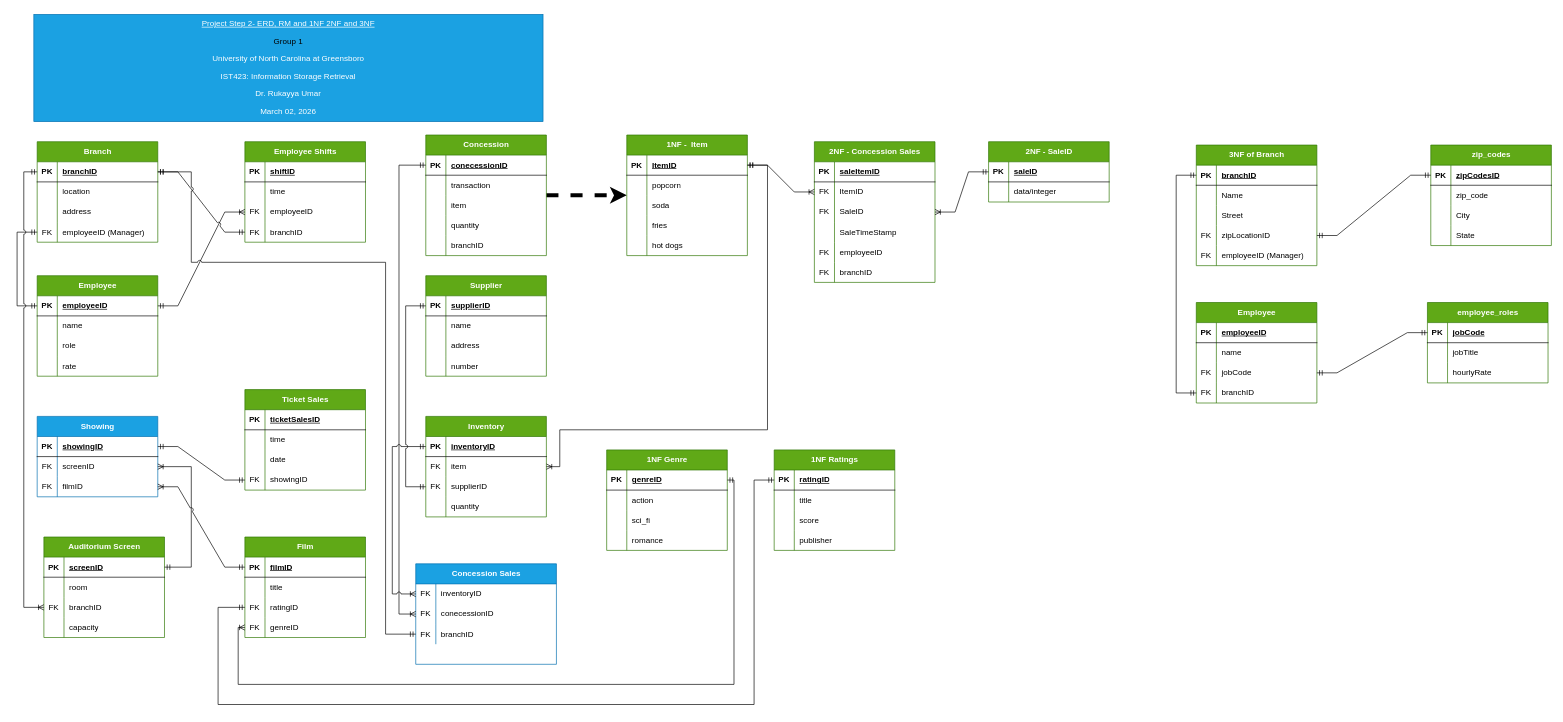
This is page "3NF" (5 of 5) of Group-Topic-Movie_Theater.drawio from bmontessua/general, a draw.io file, before an edit. Source tidied: cells renumbered, new cells numbered last; positions are measured from the earlier drawing's top-left corner, leaving out a move shared by most shapes. Both pictures are drawn from the tidied source at 67%, with x=0, y=0 at pixel (17, 14).
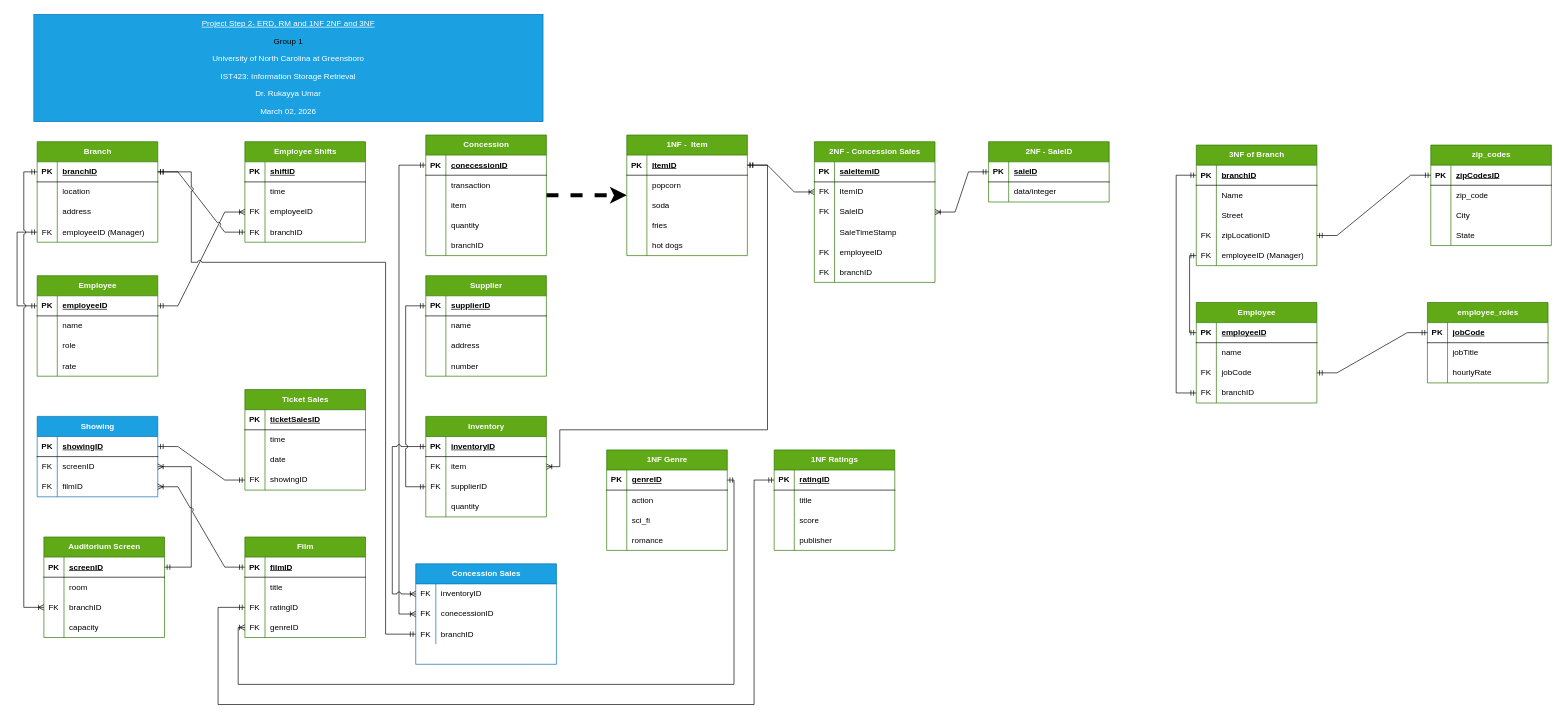
The same diagram, later.

The change refers to these unchanged cells:
```xml
<mxCell id="251" style="shape=tableRow;horizontal=0;startSize=0;swimlaneHead=0;swimlaneBody=0;fillColor=none;points=[[0,0.5],[1,0.5]];portConstraint=eastwest;top=0;left=0;right=0;bottom=0;" parent="238" vertex="1">
  <mxGeometry y="150" width="180" height="30" as="geometry" />
</mxCell>
<mxCell id="269" style="shape=tableRow;horizontal=0;startSize=0;swimlaneHead=0;swimlaneBody=0;fillColor=none;points=[[0,0.5],[1,0.5]];portConstraint=eastwest;top=0;left=0;right=0;bottom=1;" parent="268" vertex="1">
  <mxGeometry y="30" width="180" height="30" as="geometry" />
</mxCell>
```

What changed in the source:
```diff
@@
+    <mxCell id="283" style="edgeStyle=orthogonalEdgeStyle;fontSize=12;html=1;endArrow=ERmandOne;startArrow=ERmandOne;rounded=0;exitX=0;exitY=0.5;exitDx=0;exitDy=0;entryX=0;entryY=0.5;entryDx=0;entryDy=0;" parent="1" edge="1" source="269" target="251">
+      <mxGeometry relative="1" as="geometry" />
+    </mxCell>
```
